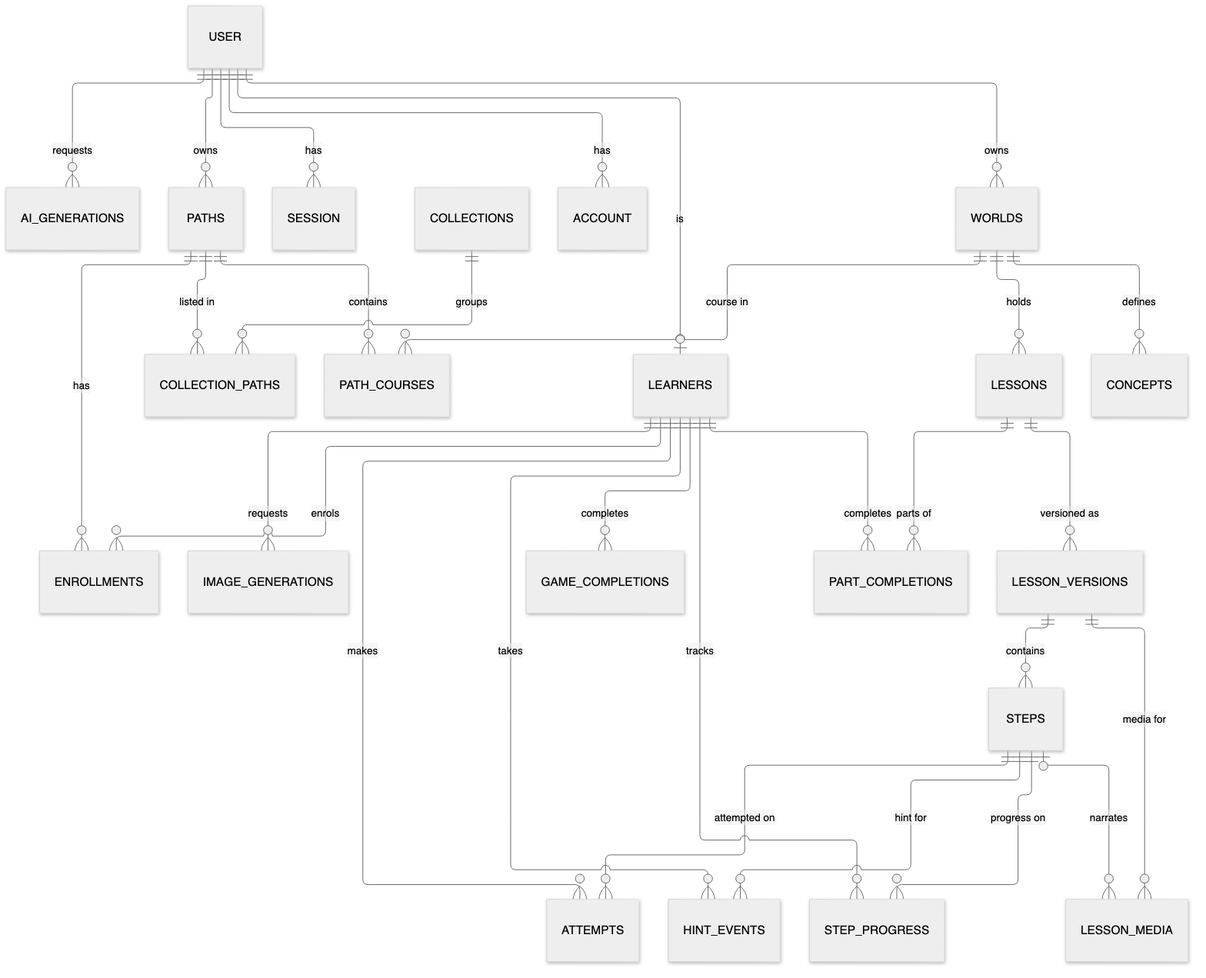
Before: docs/diagrams/fig3-er.png, a diagram exported from Mermaid (NachikethReddyY/ay2627s2-cicdp-nachiketh). Its source is kept beside it as docs/diagrams/src/fig3-er.mmd. The source it was exported from:
```mermaid
erDiagram
  USER ||--o{ SESSION : has
  USER ||--o{ ACCOUNT : has
  USER ||--o| LEARNERS : "is"
  USER ||--o{ AI_GENERATIONS : requests
  USER ||--o{ WORLDS : owns
  USER ||--o{ PATHS : owns
  LEARNERS ||--o{ ENROLLMENTS : enrols
  PATHS ||--o{ ENROLLMENTS : has
  PATHS ||--o{ PATH_COURSES : contains
  WORLDS ||--o{ PATH_COURSES : "course in"
  COLLECTIONS ||--o{ COLLECTION_PATHS : groups
  PATHS ||--o{ COLLECTION_PATHS : "listed in"
  WORLDS ||--o{ CONCEPTS : defines
  WORLDS ||--o{ LESSONS : holds
  LESSONS ||--o{ LESSON_VERSIONS : "versioned as"
  LESSON_VERSIONS ||--o{ STEPS : contains
  LEARNERS ||--o{ STEP_PROGRESS : tracks
  STEPS ||--o{ STEP_PROGRESS : "progress on"
  LEARNERS ||--o{ ATTEMPTS : makes
  STEPS ||--o{ ATTEMPTS : "attempted on"
  LEARNERS ||--o{ HINT_EVENTS : takes
  STEPS ||--o{ HINT_EVENTS : "hint for"
  LEARNERS ||--o{ GAME_COMPLETIONS : completes
  LEARNERS ||--o{ PART_COMPLETIONS : completes
  LESSONS ||--o{ PART_COMPLETIONS : "parts of"
  LESSON_VERSIONS ||--o{ LESSON_MEDIA : "media for"
  STEPS |o--o{ LESSON_MEDIA : "narrates"
  LEARNERS ||--o{ IMAGE_GENERATIONS : requests
```
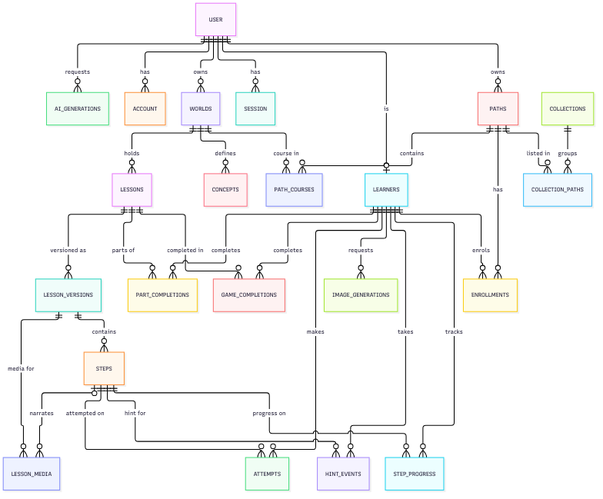
After the commit.

Commit message:
docs(diagrams): fix attempt sequence and ER, restore plan anchors

Diff of the diagram source:
```diff
@@ -22,6 +22,7 @@
   LEARNERS ||--o{ HINT_EVENTS : takes
   STEPS ||--o{ HINT_EVENTS : "hint for"
   LEARNERS ||--o{ GAME_COMPLETIONS : completes
+  LESSONS ||--o{ GAME_COMPLETIONS : "completed in"
   LEARNERS ||--o{ PART_COMPLETIONS : completes
   LESSONS ||--o{ PART_COMPLETIONS : "parts of"
   LESSON_VERSIONS ||--o{ LESSON_MEDIA : "media for"
```
